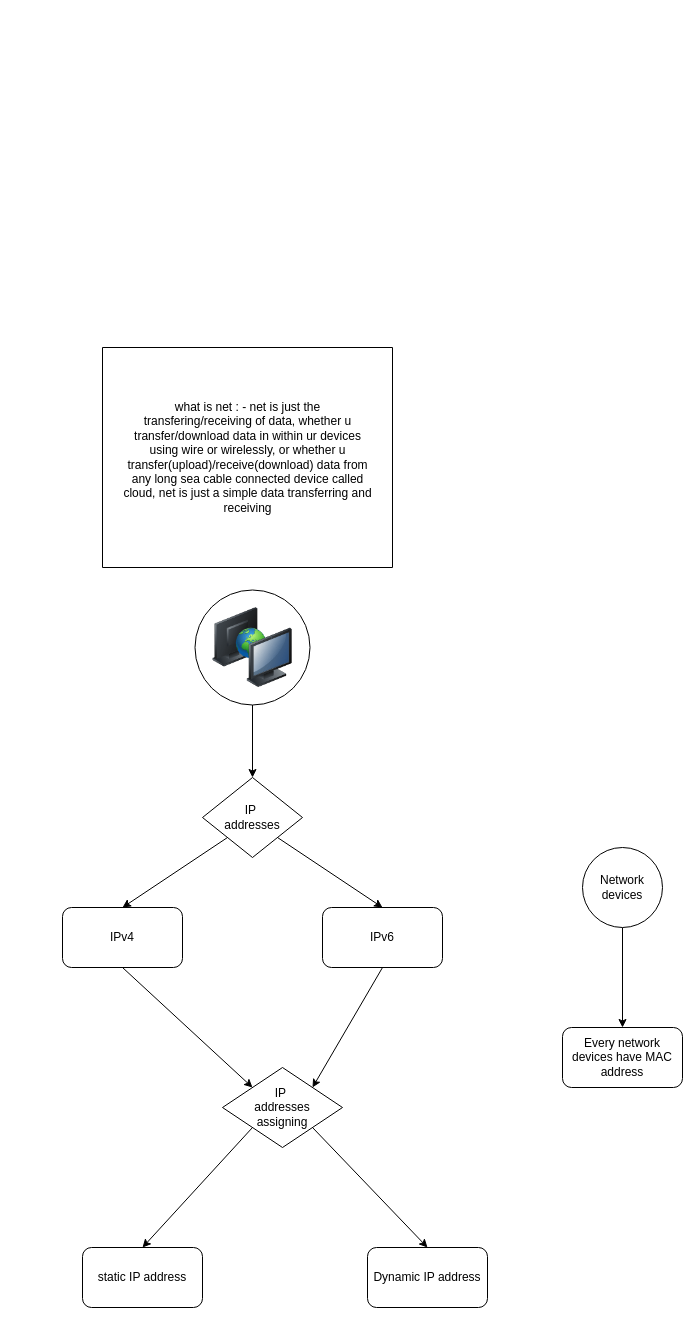
The draw.io diagram computer-networking/cn.dio in knkrn5/Programming-Concepts, before the edit. Source tidied: cells renumbered, new cells numbered last; positions are measured from the earlier drawing's top-left corner, leaving out a move shared by most shapes. Both pictures are drawn from the tidied source at 100%, with x=0, y=0 at pixel (62, 347).
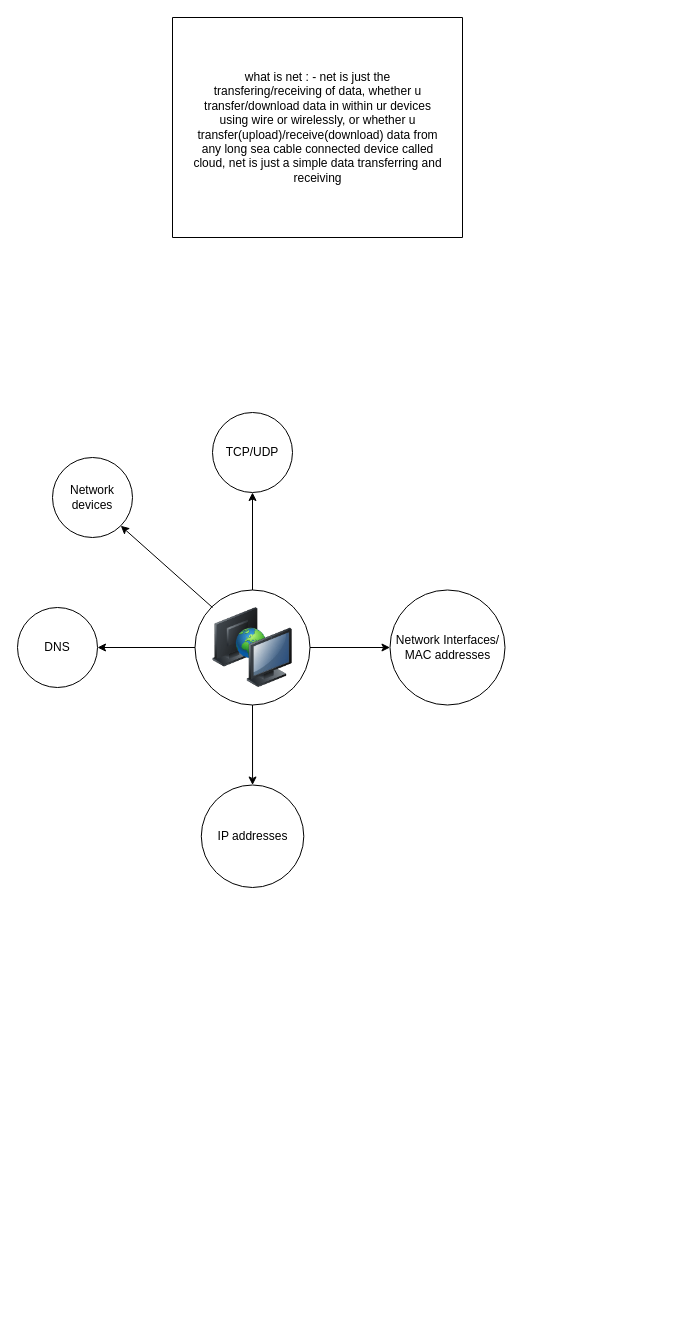
Above is the later version.

The change refers to these unchanged cells:
```xml
<mxCell id="3" style="ellipse;whiteSpace=wrap;html=1;" parent="2" vertex="1">
  <mxGeometry width="115" height="115" as="geometry" />
</mxCell>
<mxCell id="4" style="image;html=1;image=img/lib/clip_art/computers/Network_2_128x128.png;" parent="2" vertex="1">
  <mxGeometry x="17.5" y="17.5" width="80" height="80" as="geometry" />
</mxCell>
```

Change to the diagram source:
```diff
@@
     <mxCell id="5" style="swimlane;startSize=0;rounded=1;" parent="1" vertex="1">
-      <mxGeometry x="40" width="290" height="220" as="geometry" />
+      <mxGeometry x="110" y="-330" width="290" height="220" as="geometry" />
     </mxCell>
@@
-    <mxCell id="7" style="edgeStyle=none;html=1;exitX=0;exitY=1;exitDx=0;exitDy=0;entryX=0.5;entryY=0;entryDx=0;entryDy=0;" parent="1" edge="1" source="9" target="15">
-      <mxGeometry relative="1" as="geometry" />
-    </mxCell>
-    <mxCell id="8" style="edgeStyle=none;html=1;exitX=1;exitY=1;exitDx=0;exitDy=0;entryX=0.5;entryY=0;entryDx=0;entryDy=0;" parent="1" edge="1" source="9" target="17">
-      <mxGeometry relative="1" as="geometry" />
-    </mxCell>
+    <mxCell id="23" value="DNS" style="ellipse;whiteSpace=wrap;html=1;" parent="1" vertex="1">
+      <mxGeometry x="-45" y="260" width="80" height="80" as="geometry" />
+    </mxCell>
+    <mxCell id="24" style="edgeStyle=none;html=1;flowAnimation=1;" parent="1" edge="1" source="3" target="23">
+      <mxGeometry relative="1" as="geometry" />
+    </mxCell>
-    <mxCell id="9" value="&lt;font style=&quot;color: light-dark(rgb(0, 0, 0), rgb(255, 255, 255));&quot;&gt;IP&amp;nbsp;&lt;/font&gt;&lt;div&gt;&lt;font style=&quot;color: light-dark(rgb(0, 0, 0), rgb(255, 255, 255));&quot;&gt;addresses&lt;/font&gt;&lt;/div&gt;" style="rhombus;whiteSpace=wrap;html=1;" parent="1" vertex="1">
-      <mxGeometry x="140" y="430" width="100" height="80" as="geometry" />
+    <mxCell id="9" value="IP addresses" style="ellipse;whiteSpace=wrap;html=1;" parent="1" vertex="1">
+      <mxGeometry x="138.8" y="437.5" width="102.5" height="102.5" as="geometry" />
     </mxCell>
-    <mxCell id="10" style="edgeStyle=none;html=1;exitX=0;exitY=1;exitDx=0;exitDy=0;entryX=0.5;entryY=0;entryDx=0;entryDy=0;" parent="1" edge="1" source="12" target="18">
-      <mxGeometry relative="1" as="geometry" />
-    </mxCell>
-    <mxCell id="11" style="edgeStyle=none;html=1;exitX=1;exitY=1;exitDx=0;exitDy=0;entryX=0.5;entryY=0;entryDx=0;entryDy=0;" parent="1" edge="1" source="12" target="19">
-      <mxGeometry relative="1" as="geometry" />
-    </mxCell>
-    <mxCell id="12" value="&lt;font style=&quot;color: light-dark(rgb(0, 0, 0), rgb(255, 255, 255));&quot;&gt;IP&amp;nbsp;&lt;/font&gt;&lt;div&gt;&lt;font style=&quot;color: light-dark(rgb(0, 0, 0), rgb(255, 255, 255));&quot;&gt;addresses&lt;/font&gt;&lt;/div&gt;&lt;div&gt;&lt;font style=&quot;color: light-dark(rgb(0, 0, 0), rgb(255, 255, 255));&quot;&gt;assigning&lt;/font&gt;&lt;/div&gt;" style="rhombus;whiteSpace=wrap;html=1;" parent="1" vertex="1">
-      <mxGeometry x="160" y="720" width="120" height="80" as="geometry" />
-    </mxCell>
-    <mxCell id="13" style="edgeStyle=none;html=1;exitX=0.5;exitY=1;exitDx=0;exitDy=0;entryX=0.5;entryY=0;entryDx=0;entryDy=0;" parent="1" edge="1" source="3" target="9">
+    <mxCell id="13" style="edgeStyle=none;html=1;flowAnimation=1;" parent="1" edge="1" source="3" target="9">
       <mxGeometry relative="1" as="geometry" />
     </mxCell>
-    <mxCell id="14" style="edgeStyle=none;html=1;exitX=0.5;exitY=1;exitDx=0;exitDy=0;entryX=0;entryY=0;entryDx=0;entryDy=0;" parent="1" edge="1" source="15" target="12">
-      <mxGeometry relative="1" as="geometry" />
-    </mxCell>
-    <mxCell id="15" value="IPv4" style="rounded=1;whiteSpace=wrap;html=1;" parent="1" vertex="1">
-      <mxGeometry y="560" width="120" height="60" as="geometry" />
-    </mxCell>
-    <mxCell id="16" style="edgeStyle=none;html=1;exitX=0.5;exitY=1;exitDx=0;exitDy=0;entryX=1;entryY=0;entryDx=0;entryDy=0;" parent="1" edge="1" source="17" target="12">
-      <mxGeometry relative="1" as="geometry" />
-    </mxCell>
-    <mxCell id="17" value="IPv6" style="rounded=1;whiteSpace=wrap;html=1;" parent="1" vertex="1">
-      <mxGeometry x="260" y="560" width="120" height="60" as="geometry" />
-    </mxCell>
-    <mxCell id="18" value="static IP address" style="rounded=1;whiteSpace=wrap;html=1;" parent="1" vertex="1">
-      <mxGeometry x="20" y="900" width="120" height="60" as="geometry" />
-    </mxCell>
-    <mxCell id="19" value="Dynamic IP address" style="rounded=1;whiteSpace=wrap;html=1;" parent="1" vertex="1">
-      <mxGeometry x="305" y="900" width="120" height="60" as="geometry" />
-    </mxCell>
-    <mxCell id="20" style="edgeStyle=none;html=1;exitX=0.5;exitY=1;exitDx=0;exitDy=0;entryX=0.5;entryY=0;entryDx=0;entryDy=0;" parent="1" edge="1" source="21" target="22">
-      <mxGeometry relative="1" as="geometry" />
-    </mxCell>
+    <mxCell id="25" value="&lt;div&gt;Network Interfaces/&lt;/div&gt;MAC addresses" style="ellipse;whiteSpace=wrap;html=1;" parent="1" vertex="1">
+      <mxGeometry x="327.5" y="242.5" width="115" height="115" as="geometry" />
+    </mxCell>
+    <mxCell id="26" style="edgeStyle=none;html=1;flowAnimation=1;" parent="1" edge="1" source="3" target="25">
+      <mxGeometry relative="1" as="geometry" />
+    </mxCell>
+    <mxCell id="27" value="TCP/UDP" style="ellipse;whiteSpace=wrap;html=1;" parent="1" vertex="1">
+      <mxGeometry x="150" y="65" width="80" height="80" as="geometry" />
+    </mxCell>
+    <mxCell id="28" style="edgeStyle=none;html=1;flowAnimation=1;" parent="1" edge="1" source="3" target="27">
+      <mxGeometry relative="1" as="geometry" />
+    </mxCell>
     <mxCell id="21" value="Network devices" style="ellipse;whiteSpace=wrap;html=1;" parent="1" vertex="1">
-      <mxGeometry x="520" y="500" width="80" height="80" as="geometry" />
+      <mxGeometry x="-10" y="110" width="80" height="80" as="geometry" />
     </mxCell>
-    <mxCell id="22" value="Every network devices have MAC address" style="rounded=1;whiteSpace=wrap;html=1;" parent="1" vertex="1">
-      <mxGeometry x="500" y="680" width="120" height="60" as="geometry" />
-    </mxCell>
+    <mxCell id="29" style="edgeStyle=none;html=1;exitX=0;exitY=0;exitDx=0;exitDy=0;entryX=1;entryY=1;entryDx=0;entryDy=0;flowAnimation=1;" parent="1" edge="1" source="4" target="21">
+      <mxGeometry relative="1" as="geometry" />
+    </mxCell>
```
